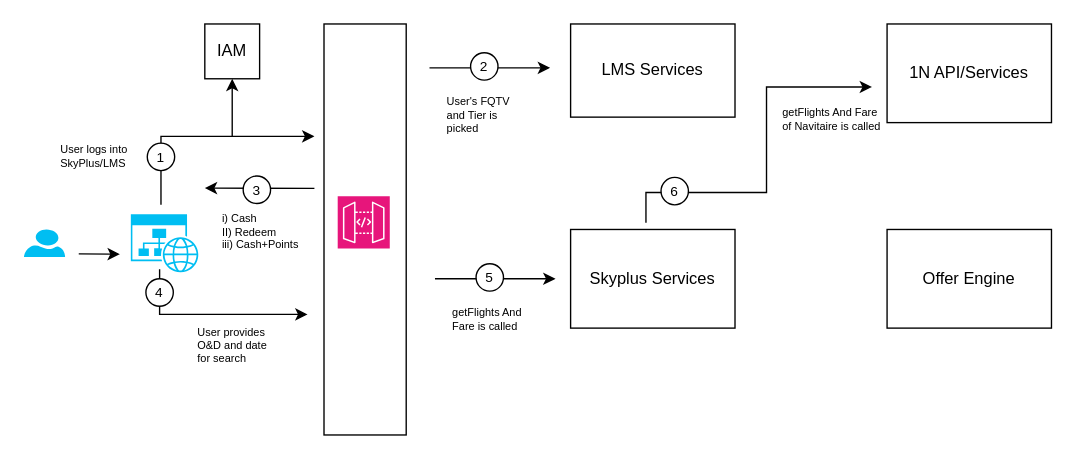
Before: LM Data Flow.drawio in nchauhan4/drawings, a draw.io diagram. Source tidied: cells renumbered, new cells numbered last; positions are measured from the earlier drawing's top-left corner, leaving out a move shared by most shapes. Both pictures are drawn from the tidied source at 137%, with x=0, y=0 at pixel (23, 23).
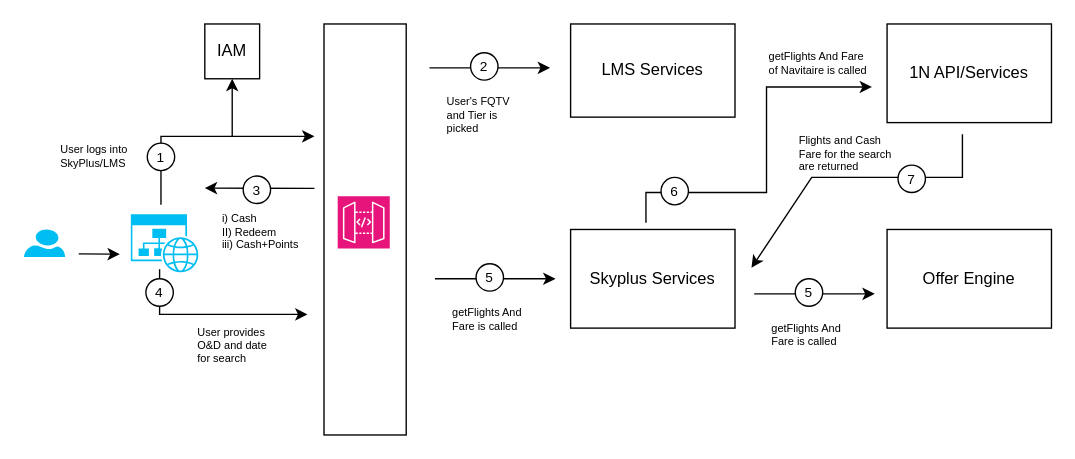
Above is the later version.

The edit, as a diff of the source:
```diff
@@
     <mxCell id="32" value="getFlights And Fare of Navitaire is called" style="text;html=1;strokeColor=none;fillColor=none;align=left;verticalAlign=top;whiteSpace=wrap;rounded=0;fontSize=8;" parent="1" vertex="1">
-      <mxGeometry x="551.8" y="54" width="78.2" height="33" as="geometry" />
+      <mxGeometry x="542" y="13" width="78.2" height="33" as="geometry" />
     </mxCell>
@@
+    <mxCell id="37" style="endArrow=classic;html=1;rounded=0;" parent="1" edge="1">
+      <mxGeometry relative="1" as="geometry">
+        <mxPoint x="685" y="80.5" as="sourcePoint" />
+        <mxPoint x="531" y="178" as="targetPoint" />
+        <Array as="points">
+          <mxPoint x="685" y="112" />
+          <mxPoint x="575" y="112" />
+        </Array>
+      </mxGeometry>
+    </mxCell>
+    <mxCell id="38" style="ellipse;whiteSpace=wrap;html=1;" parent="1" vertex="1">
+      <mxGeometry x="638" y="103" width="20" height="20" as="geometry" />
+    </mxCell>
+    <mxCell id="39" value="&lt;span style=&quot;font-size: 10px;&quot;&gt;7&lt;/span&gt;" style="text;html=1;strokeColor=none;fillColor=none;align=center;verticalAlign=middle;whiteSpace=wrap;rounded=0;" parent="1" vertex="1">
+      <mxGeometry x="633" y="103" width="30" height="20" as="geometry" />
+    </mxCell>
+    <mxCell id="40" value="Flights and Cash Fare for the search are returned" style="text;html=1;strokeColor=none;fillColor=none;align=left;verticalAlign=top;whiteSpace=wrap;rounded=0;fontSize=8;" parent="1" vertex="1">
+      <mxGeometry x="564" y="74" width="78.2" height="33" as="geometry" />
+    </mxCell>
+    <mxCell id="41" style="endArrow=classic;html=1;rounded=0;" parent="1" edge="1">
+      <mxGeometry relative="1" as="geometry">
+        <mxPoint x="533" y="197" as="sourcePoint" />
+        <mxPoint x="621" y="197" as="targetPoint" />
+      </mxGeometry>
+    </mxCell>
+    <mxCell id="42" style="ellipse;whiteSpace=wrap;html=1;" parent="1" vertex="1">
+      <mxGeometry x="563" y="186" width="20" height="20" as="geometry" />
+    </mxCell>
+    <mxCell id="43" value="&lt;font style=&quot;font-size: 10px;&quot;&gt;5&lt;/font&gt;" style="text;html=1;strokeColor=none;fillColor=none;align=center;verticalAlign=middle;whiteSpace=wrap;rounded=0;" parent="1" vertex="1">
+      <mxGeometry x="558" y="186" width="30" height="20" as="geometry" />
+    </mxCell>
+    <mxCell id="44" value="getFlights And Fare is called" style="text;html=1;strokeColor=none;fillColor=none;align=left;verticalAlign=top;whiteSpace=wrap;rounded=0;fontSize=8;" parent="1" vertex="1">
+      <mxGeometry x="543.8" y="211" width="58.5" height="33" as="geometry" />
+    </mxCell>
```
